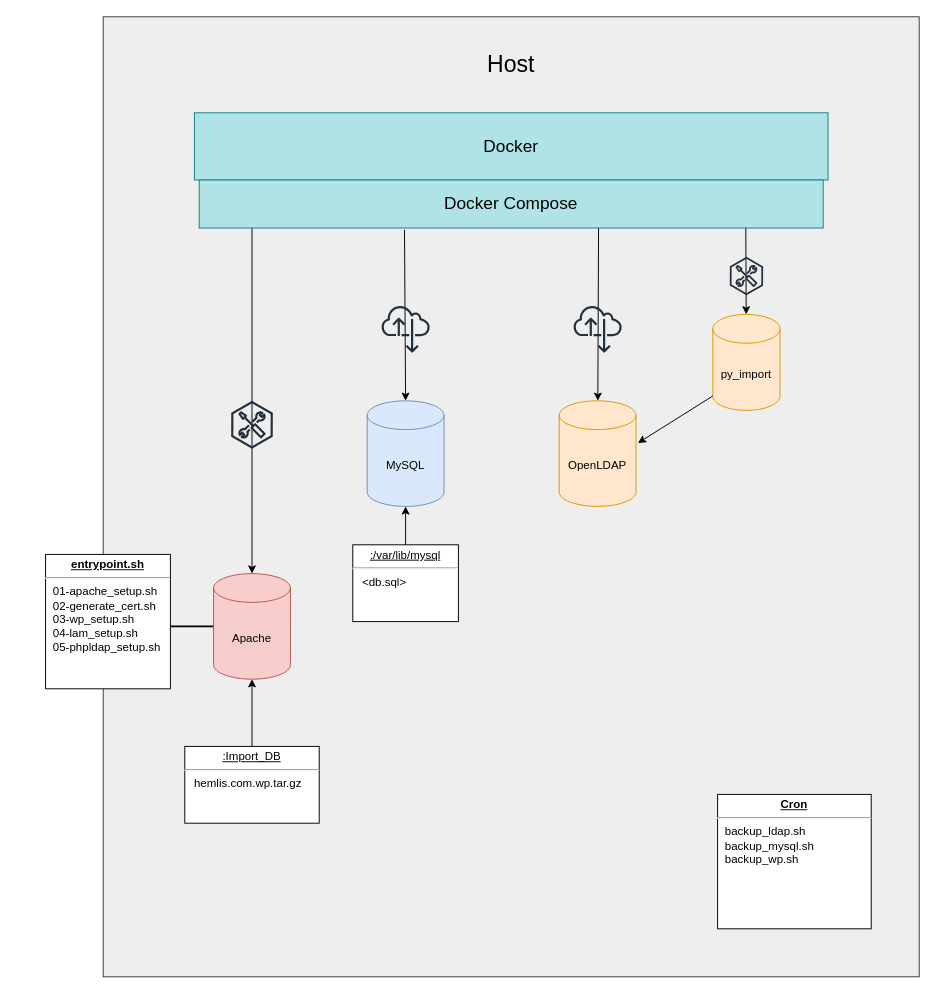
Before: Flowcharts/service flowchart.drawio in mrmysko/Linux2-Grubbarbete, a draw.io diagram. Source tidied: cells renumbered, new cells numbered last; positions are measured from the earlier drawing's top-left corner, leaving out a move shared by most shapes. Both pictures are drawn from the tidied source at 96%, with x=0, y=0 at pixel (45, 16).
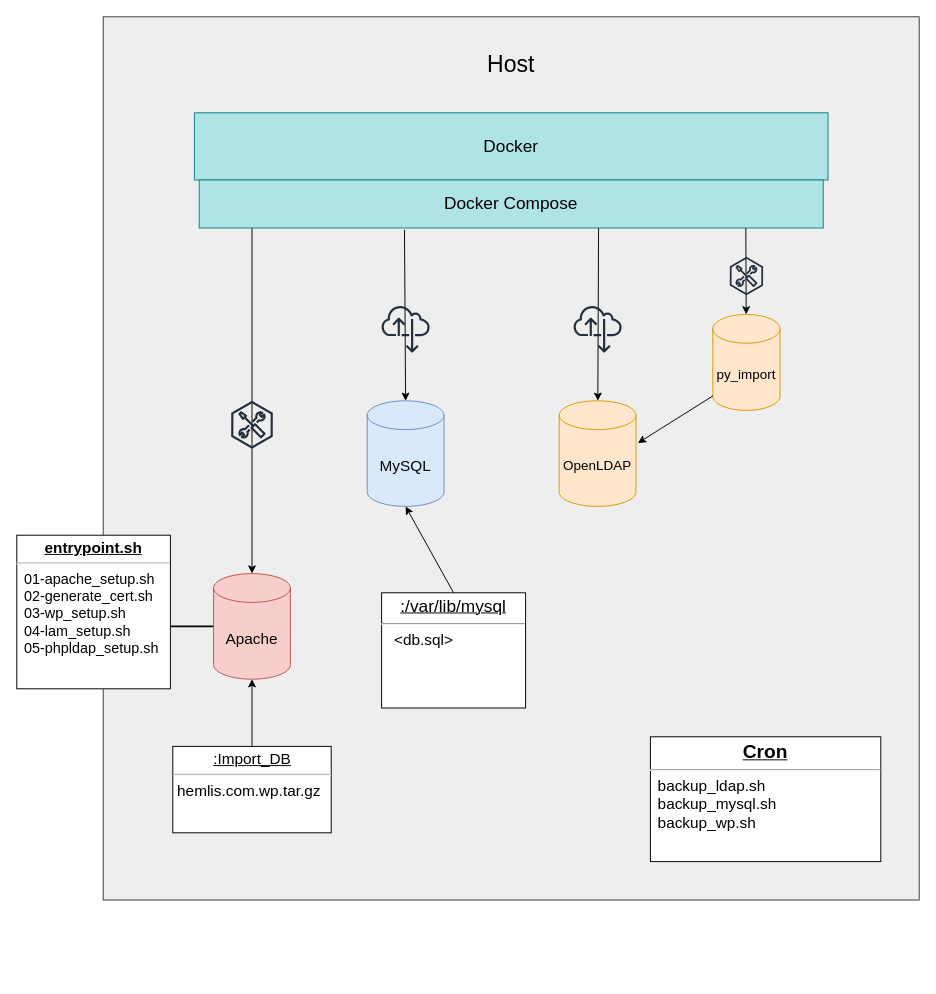
After the change.

Change to the diagram source:
```diff
@@
     <mxCell id="2" style="rounded=0;whiteSpace=wrap;html=1;fillColor=#eeeeee;strokeColor=#36393d;" parent="1" vertex="1">
-      <mxGeometry x="60" width="850" height="1000" as="geometry" />
+      <mxGeometry x="60" width="850" height="920" as="geometry" />
     </mxCell>
@@
-    <mxCell id="4" value="py_import" style="shape=cylinder3;whiteSpace=wrap;html=1;boundedLbl=1;backgroundOutline=1;size=15;fillColor=#ffe6cc;strokeColor=#d79b00;" parent="1" vertex="1">
+    <mxCell id="4" value="&lt;font style=&quot;font-size: 14px;&quot;&gt;py_import&lt;/font&gt;" style="shape=cylinder3;whiteSpace=wrap;html=1;boundedLbl=1;backgroundOutline=1;size=15;fillColor=#ffe6cc;strokeColor=#d79b00;" parent="1" vertex="1">
       <mxGeometry x="695" y="310" width="70" height="100" as="geometry" />
     </mxCell>
-    <mxCell id="5" value="OpenLDAP" style="shape=cylinder3;whiteSpace=wrap;html=1;boundedLbl=1;backgroundOutline=1;size=15;fillColor=#ffe6cc;strokeColor=#d79b00;" parent="1" vertex="1">
+    <mxCell id="5" value="&lt;font style=&quot;font-size: 14px;&quot;&gt;OpenLDAP&lt;/font&gt;" style="shape=cylinder3;whiteSpace=wrap;html=1;boundedLbl=1;backgroundOutline=1;size=15;fillColor=#ffe6cc;strokeColor=#d79b00;" parent="1" vertex="1">
       <mxGeometry x="535" y="400" width="80" height="110" as="geometry" />
     </mxCell>
-    <mxCell id="6" value="MySQL" style="shape=cylinder3;whiteSpace=wrap;html=1;boundedLbl=1;backgroundOutline=1;size=15;fillColor=#dae8fc;strokeColor=#6c8ebf;" parent="1" vertex="1">
+    <mxCell id="6" value="&lt;font style=&quot;font-size: 16px;&quot;&gt;MySQL&lt;/font&gt;" style="shape=cylinder3;whiteSpace=wrap;html=1;boundedLbl=1;backgroundOutline=1;size=15;fillColor=#dae8fc;strokeColor=#6c8ebf;" parent="1" vertex="1">
       <mxGeometry x="335" y="400" width="80" height="110" as="geometry" />
     </mxCell>
@@
-    <mxCell id="17" value="&lt;p style=&quot;margin:0px;margin-top:4px;text-align:center;text-decoration:underline;&quot;&gt;&lt;b&gt;Cron&lt;/b&gt;&lt;br&gt;&lt;/p&gt;&lt;hr&gt;&lt;p style=&quot;margin:0px;margin-left:8px;&quot;&gt;backup_ldap.sh&lt;/p&gt;&lt;p style=&quot;margin:0px;margin-left:8px;&quot;&gt;backup_mysql.sh&lt;br&gt;&lt;/p&gt;&lt;p style=&quot;margin:0px;margin-left:8px;&quot;&gt;backup_wp.sh&lt;/p&gt;" style="verticalAlign=top;align=left;overflow=fill;fontSize=12;fontFamily=Helvetica;html=1;whiteSpace=wrap;" parent="1" vertex="1">
-      <mxGeometry x="700" y="810" width="160" height="140" as="geometry" />
+    <mxCell id="17" value="&lt;p style=&quot;margin:0px;margin-top:4px;text-align:center;text-decoration:underline;&quot;&gt;&lt;b&gt;&lt;font style=&quot;font-size: 20px;&quot;&gt;Cron&lt;/font&gt;&lt;/b&gt;&lt;br&gt;&lt;/p&gt;&lt;hr&gt;&lt;p style=&quot;margin: 0px 0px 0px 8px; font-size: 16px;&quot;&gt;&lt;font style=&quot;font-size: 16px;&quot;&gt;backup_ldap.sh&lt;/font&gt;&lt;/p&gt;&lt;p style=&quot;margin: 0px 0px 0px 8px; font-size: 16px;&quot;&gt;&lt;font style=&quot;font-size: 16px;&quot;&gt;backup_mysql.sh&lt;br&gt;&lt;/font&gt;&lt;/p&gt;&lt;p style=&quot;margin: 0px 0px 0px 8px; font-size: 16px;&quot;&gt;&lt;font style=&quot;font-size: 16px;&quot;&gt;backup_wp.sh&lt;/font&gt;&lt;/p&gt;" style="verticalAlign=top;align=left;overflow=fill;fontSize=12;fontFamily=Helvetica;html=1;whiteSpace=wrap;" parent="1" vertex="1">
+      <mxGeometry x="630" y="750" width="240" height="130" as="geometry" />
     </mxCell>
@@
-    <mxCell id="19" value="&lt;p style=&quot;margin:0px;margin-top:4px;text-align:center;text-decoration:underline;&quot;&gt;&lt;b&gt;entrypoint.sh&lt;/b&gt;&lt;br&gt;&lt;/p&gt;&lt;hr&gt;&lt;p style=&quot;margin:0px;margin-left:8px;&quot;&gt;01-apache_setup.sh&lt;/p&gt;&lt;p style=&quot;margin:0px;margin-left:8px;&quot;&gt;02-generate_cert.sh&lt;/p&gt;&lt;p style=&quot;margin:0px;margin-left:8px;&quot;&gt;03-wp_setup.sh&lt;/p&gt;&lt;p style=&quot;margin:0px;margin-left:8px;&quot;&gt;04-lam_setup.sh&lt;/p&gt;&lt;p style=&quot;margin:0px;margin-left:8px;&quot;&gt;05-phpldap_setup.sh&lt;br&gt;&lt;/p&gt;" style="verticalAlign=top;align=left;overflow=fill;fontSize=12;fontFamily=Helvetica;html=1;whiteSpace=wrap;" parent="1" vertex="1">
-      <mxGeometry y="560" width="130" height="140" as="geometry" />
+    <mxCell id="19" value="&lt;p style=&quot;margin: 4px 0px 0px; text-align: center; text-decoration: underline; font-size: 16px;&quot;&gt;&lt;b&gt;entrypoint.sh&lt;/b&gt;&lt;br&gt;&lt;/p&gt;&lt;hr&gt;&lt;p style=&quot;margin: 0px 0px 0px 8px; font-size: 15px;&quot;&gt;&lt;font style=&quot;font-size: 15px;&quot;&gt;01-apache_setup.sh&lt;/font&gt;&lt;/p&gt;&lt;p style=&quot;margin: 0px 0px 0px 8px; font-size: 15px;&quot;&gt;&lt;font style=&quot;font-size: 15px;&quot;&gt;02-generate_cert.sh&lt;/font&gt;&lt;/p&gt;&lt;p style=&quot;margin: 0px 0px 0px 8px; font-size: 15px;&quot;&gt;&lt;font style=&quot;font-size: 15px;&quot;&gt;03-wp_setup.sh&lt;/font&gt;&lt;/p&gt;&lt;p style=&quot;margin: 0px 0px 0px 8px; font-size: 15px;&quot;&gt;&lt;font style=&quot;font-size: 15px;&quot;&gt;04-lam_setup.sh&lt;/font&gt;&lt;/p&gt;&lt;p style=&quot;margin: 0px 0px 0px 8px; font-size: 15px;&quot;&gt;&lt;font style=&quot;font-size: 15px;&quot;&gt;05-phpldap_setup.sh&lt;/font&gt;&lt;br&gt;&lt;/p&gt;" style="verticalAlign=top;align=left;overflow=fill;fontSize=12;fontFamily=Helvetica;html=1;whiteSpace=wrap;" parent="1" vertex="1">
+      <mxGeometry x="-30" y="540" width="160" height="160" as="geometry" />
     </mxCell>
-    <mxCell id="20" value="&lt;p style=&quot;margin:0px;margin-top:4px;text-align:center;text-decoration:underline;&quot;&gt;&lt;span style=&quot;background-color: initial;&quot;&gt;:/var/lib/mysql&lt;/span&gt;&lt;br&gt;&lt;/p&gt;&lt;hr&gt;&lt;div&gt;&amp;nbsp;&amp;nbsp; &amp;lt;db.sql&amp;gt;&lt;br&gt;&lt;/div&gt;" style="verticalAlign=top;align=left;overflow=fill;fontSize=12;fontFamily=Helvetica;html=1;whiteSpace=wrap;" parent="1" vertex="1">
-      <mxGeometry x="320" y="550" width="110" height="80" as="geometry" />
+    <mxCell id="20" value="&lt;p style=&quot;margin:0px;margin-top:4px;text-align:center;text-decoration:underline;&quot;&gt;&lt;span style=&quot;background-color: initial;&quot;&gt;&lt;font style=&quot;font-size: 18px;&quot;&gt;:/var/lib/mysql&lt;/font&gt;&lt;/span&gt;&lt;br&gt;&lt;/p&gt;&lt;hr&gt;&lt;div&gt;&lt;font style=&quot;font-size: 16px;&quot;&gt;&amp;nbsp;&amp;nbsp; &amp;lt;db.sql&amp;gt;&lt;/font&gt;&lt;br&gt;&lt;/div&gt;" style="verticalAlign=top;align=left;overflow=fill;fontSize=12;fontFamily=Helvetica;html=1;whiteSpace=wrap;" parent="1" vertex="1">
+      <mxGeometry x="350" y="600" width="150" height="120" as="geometry" />
     </mxCell>
@@
-    <mxCell id="22" value="Apache" style="shape=cylinder3;whiteSpace=wrap;html=1;boundedLbl=1;backgroundOutline=1;size=15;fillColor=#f8cecc;strokeColor=#b85450;" parent="1" vertex="1">
+    <mxCell id="22" value="&lt;font style=&quot;font-size: 16px;&quot;&gt;Apache&lt;/font&gt;" style="shape=cylinder3;whiteSpace=wrap;html=1;boundedLbl=1;backgroundOutline=1;size=15;fillColor=#f8cecc;strokeColor=#b85450;" parent="1" vertex="1">
       <mxGeometry x="175" y="580" width="80" height="110" as="geometry" />
     </mxCell>
-    <mxCell id="23" value="&lt;p style=&quot;margin:0px;margin-top:4px;text-align:center;text-decoration:underline;&quot;&gt;&lt;span style=&quot;background-color: initial;&quot;&gt;:Import_DB&lt;/span&gt;&lt;br&gt;&lt;/p&gt;&lt;hr&gt;&lt;div&gt;&amp;nbsp; &amp;nbsp;hemlis.com.wp.tar.gz&lt;/div&gt;" style="verticalAlign=top;align=left;overflow=fill;fontSize=12;fontFamily=Helvetica;html=1;whiteSpace=wrap;" parent="1" vertex="1">
-      <mxGeometry x="145" y="760" width="140" height="80" as="geometry" />
+    <mxCell id="23" value="&lt;p style=&quot;margin:0px;margin-top:4px;text-align:center;text-decoration:underline;&quot;&gt;&lt;span style=&quot;background-color: initial;&quot;&gt;&lt;font style=&quot;font-size: 16px;&quot;&gt;:Import_DB&lt;/font&gt;&lt;/span&gt;&lt;br&gt;&lt;/p&gt;&lt;hr&gt;&lt;div&gt;&lt;font style=&quot;font-size: 16px;&quot;&gt;&amp;nbsp;hemlis.com.wp.tar.gz&lt;/font&gt;&lt;/div&gt;" style="verticalAlign=top;align=left;overflow=fill;fontSize=12;fontFamily=Helvetica;html=1;whiteSpace=wrap;" parent="1" vertex="1">
+      <mxGeometry x="132.5" y="760" width="165" height="90" as="geometry" />
     </mxCell>
```
